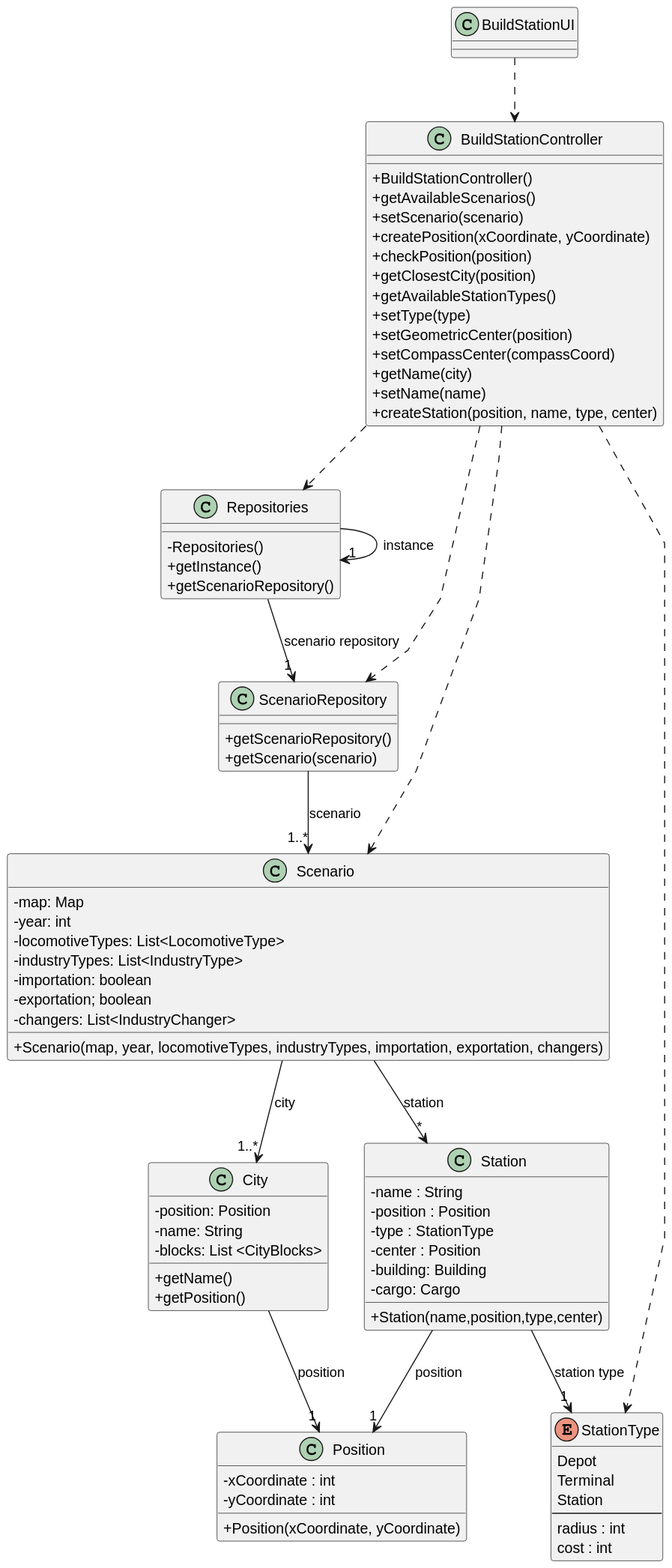
Earlier version of the PlantUML export Sprint2/US005/03.design/svg/US005-CD.svg (1240935/pi2-railway-simulator).
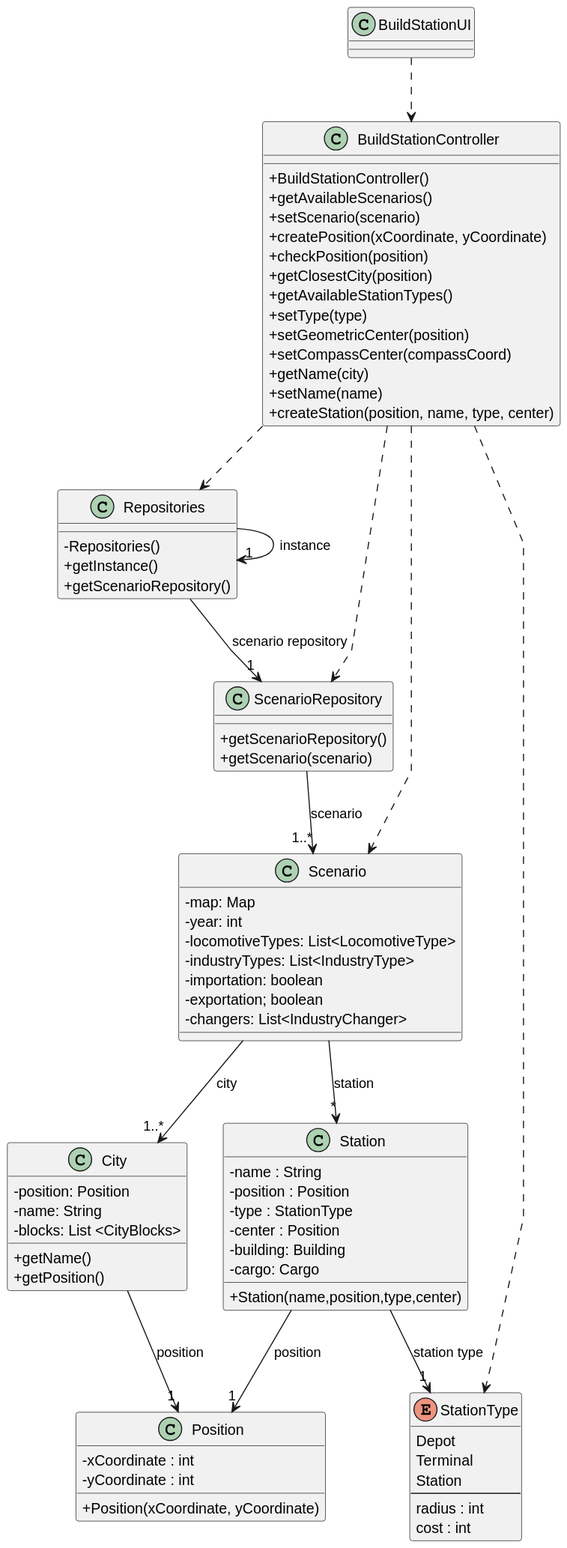
The same diagram one commit later.

What changed in the source:
```diff
@@ -47,7 +47,6 @@
        -importation: boolean
        -exportation; boolean
        -changers: List<IndustryChanger>
-       +Scenario(map, year, locomotiveTypes, industryTypes, importation, exportation, changers)
 }
 
 class Position {
```
